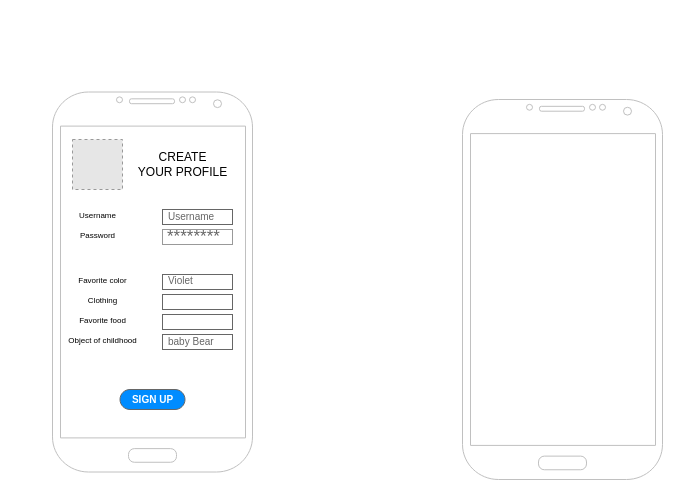
Above: Pagina.drawio in ChiaraGismondi02/ArtisticMood (draw.io), before the change. Source tidied: cells renumbered, new cells numbered last; positions are measured from the earlier drawing's top-left corner, leaving out a move shared by most shapes. Both pictures are drawn from the tidied source at 100%, with x=0, y=0 at pixel (52, 91). Pictures stored in the file or linked from it are replaced by grey dashed boxes.
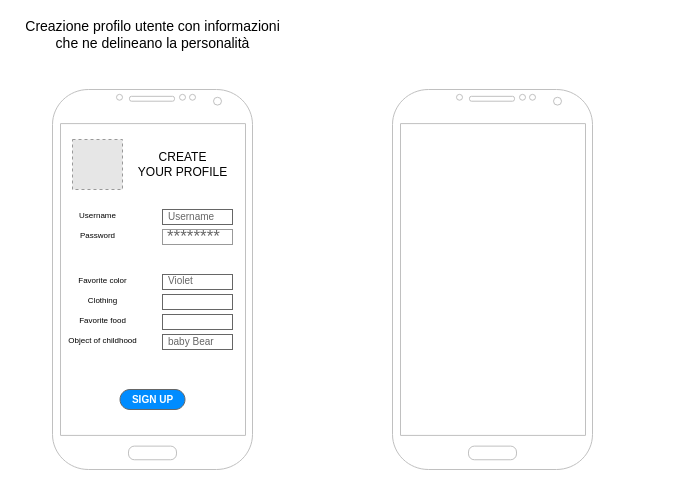
After the change.

The edit, as a diff of the source:
```diff
@@
 <mxGraphModel>
   <root>
     <mxCell id="0" />
     <mxCell id="1" parent="0" />
     <mxCell id="2" style="verticalLabelPosition=bottom;verticalAlign=top;html=1;shadow=0;dashed=0;strokeWidth=1;shape=mxgraph.android.phone2;strokeColor=#c0c0c0;" parent="1" vertex="1">
-      <mxGeometry y="0.5" width="200" height="380" as="geometry" />
+      <mxGeometry y="-2" width="200" height="380" as="geometry" />
     </mxCell>
     <mxCell id="3" style="verticalLabelPosition=bottom;verticalAlign=top;html=1;shadow=0;dashed=0;strokeWidth=1;shape=mxgraph.android.phone2;strokeColor=#c0c0c0;" parent="1" vertex="1">
-      <mxGeometry x="410" y="8" width="200" height="380" as="geometry" />
+      <mxGeometry x="340" y="-2" width="200" height="380" as="geometry" />
     </mxCell>
     <mxCell id="4" style="fillColor=#E6E6E6;strokeColor=#999999;dashed=1;html=1;verticalAlign=top;verticalLabelPosition=bottom;labelBackgroundColor=#ffffff;" parent="1" vertex="1">
       <mxGeometry x="20" y="48" width="50" height="50" as="geometry" />
     </mxCell>
     <mxCell id="5" value="CREATE &lt;br&gt;YOUR PROFILE" style="text;html=1;align=center;verticalAlign=middle;fillColor=none;strokeColor=none;rounded=0;" parent="1" vertex="1">
       <mxGeometry x="80" y="58" width="100" height="30" as="geometry" />
     </mxCell>
     <mxCell id="6" style="strokeWidth=1;shadow=0;dashed=0;align=center;html=1;shape=mxgraph.mockup.text.textBox;fontColor=#666666;align=left;fontSize=17;spacingLeft=4;spacingTop=-3;strokeColor=#666666;mainText=;" parent="1" vertex="1">
       <mxGeometry x="110" y="203" width="70" height="15" as="geometry" />
     </mxCell>
     <mxCell id="7" value="&lt;font style=&quot;font-size: 10px&quot;&gt;Username&lt;/font&gt;" style="strokeWidth=1;shadow=0;dashed=0;align=center;html=1;shape=mxgraph.mockup.text.textBox;fontColor=#666666;align=left;fontSize=17;spacingLeft=4;spacingTop=-3;strokeColor=#666666;mainText=;" parent="1" vertex="1">
       <mxGeometry x="110" y="118" width="70" height="15" as="geometry" />
     </mxCell>
     <mxCell id="8" value="&lt;span style=&quot;font-size: 10px&quot;&gt;Violet&lt;/span&gt;" style="strokeWidth=1;shadow=0;dashed=0;align=left;html=1;shape=mxgraph.mockup.text.textBox;fontColor=#666666;align=left;fontSize=10;spacingLeft=4;spacingTop=-3;strokeColor=#666666;mainText=;" parent="1" vertex="1">
       <mxGeometry x="110" y="183" width="70" height="15" as="geometry" />
     </mxCell>
     <mxCell id="9" style="strokeWidth=1;shadow=0;dashed=0;align=center;html=1;shape=mxgraph.mockup.text.textBox;fontColor=#666666;align=left;fontSize=17;spacingLeft=4;spacingTop=-3;strokeColor=#666666;mainText=;" parent="1" vertex="1">
       <mxGeometry x="110" y="223" width="70" height="15" as="geometry" />
     </mxCell>
     <mxCell id="10" value="&lt;span style=&quot;font-size: 10px&quot;&gt;baby Bear&lt;/span&gt;" style="strokeWidth=1;shadow=0;dashed=0;align=center;html=1;shape=mxgraph.mockup.text.textBox;fontColor=#666666;align=left;fontSize=17;spacingLeft=4;spacingTop=-3;strokeColor=#666666;mainText=;" parent="1" vertex="1">
       <mxGeometry x="110" y="243" width="70" height="15" as="geometry" />
     </mxCell>
     <mxCell id="11" value="&lt;font style=&quot;font-size: 8px&quot;&gt;Username&lt;/font&gt;" style="text;html=1;align=center;verticalAlign=middle;fillColor=none;strokeColor=none;rounded=0;" parent="1" vertex="1">
       <mxGeometry x="20" y="113" width="50" height="20" as="geometry" />
     </mxCell>
     <mxCell id="12" value="&lt;font style=&quot;font-size: 8px&quot;&gt;Password&lt;/font&gt;" style="text;html=1;align=center;verticalAlign=middle;fillColor=none;strokeColor=none;rounded=0;" parent="1" vertex="1">
       <mxGeometry x="20" y="133" width="50" height="20" as="geometry" />
     </mxCell>
     <mxCell id="13" value="********" style="strokeWidth=1;shadow=0;dashed=0;align=center;html=1;shape=mxgraph.mockup.forms.pwField;strokeColor=#999999;mainText=;align=left;fontColor=#666666;fontSize=17;spacingLeft=3;" parent="1" vertex="1">
       <mxGeometry x="110" y="138" width="70" height="15" as="geometry" />
     </mxCell>
     <mxCell id="14" value="&lt;span style=&quot;font-size: 8px&quot;&gt;Favorite color&lt;/span&gt;" style="text;html=1;align=center;verticalAlign=middle;fillColor=none;strokeColor=none;rounded=0;" parent="1" vertex="1">
       <mxGeometry x="20" y="178" width="60" height="20" as="geometry" />
     </mxCell>
     <mxCell id="15" value="&lt;span style=&quot;font-size: 8px&quot;&gt;Clothing&lt;/span&gt;" style="text;html=1;align=center;verticalAlign=middle;fillColor=none;strokeColor=none;rounded=0;" parent="1" vertex="1">
       <mxGeometry x="30" y="198" width="40" height="20" as="geometry" />
     </mxCell>
     <mxCell id="16" value="&lt;span style=&quot;font-size: 8px&quot;&gt;Favorite food&lt;/span&gt;" style="text;html=1;align=center;verticalAlign=middle;fillColor=none;strokeColor=none;rounded=0;" parent="1" vertex="1">
       <mxGeometry x="20" y="218" width="60" height="20" as="geometry" />
     </mxCell>
     <mxCell id="17" value="&lt;span style=&quot;font-size: 8px&quot;&gt;Object of childhood&lt;/span&gt;" style="text;html=1;align=center;verticalAlign=middle;fillColor=none;strokeColor=none;rounded=0;" parent="1" vertex="1">
       <mxGeometry x="10" y="238" width="80" height="20" as="geometry" />
     </mxCell>
     <mxCell id="18" value="SIGN UP" style="strokeWidth=1;shadow=0;dashed=0;align=center;html=1;shape=mxgraph.mockup.buttons.button;strokeColor=#666666;fontColor=#ffffff;mainText=;buttonStyle=round;fontSize=10;fontStyle=1;fillColor=#008cff;whiteSpace=wrap;" parent="1" vertex="1">
       <mxGeometry x="67.5" y="298" width="65" height="20" as="geometry" />
     </mxCell>
+    <mxCell id="19" value="&lt;font style=&quot;font-size: 14px&quot;&gt;Creazione profilo utente con informazioni&lt;br&gt;che ne delineano la personalità&lt;/font&gt;" style="text;html=1;align=center;verticalAlign=middle;fillColor=none;strokeColor=none;rounded=0;fontSize=10;" parent="1" vertex="1">
+      <mxGeometry x="-35" y="-72" width="270" height="30" as="geometry" />
+    </mxCell>
   </root>
 </mxGraphModel>
```
